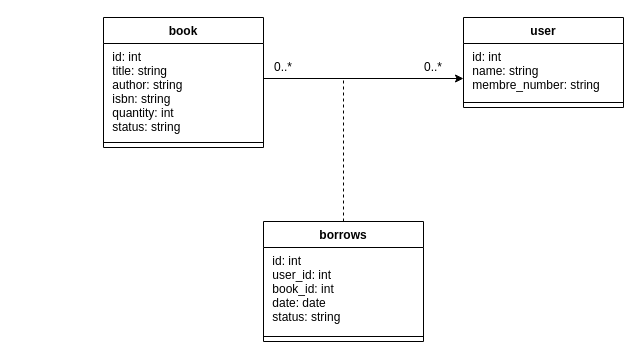
Before: uml/class_diagram.drawio in adnankhayrou/You-Biblio, a draw.io diagram. Source tidied: cells renumbered, new cells numbered last; positions are measured from the earlier drawing's top-left corner, leaving out a move shared by most shapes. Both pictures are drawn from the tidied source at 100%, with x=0, y=0 at pixel (103, 17).
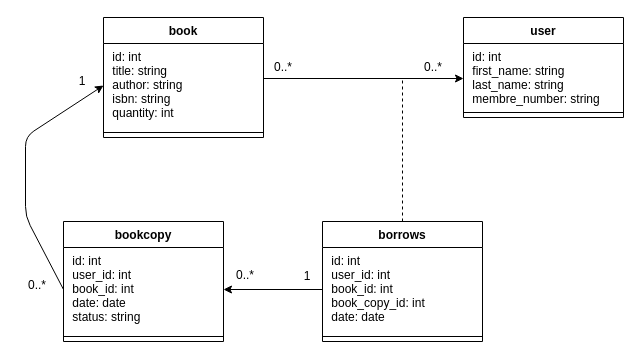
The same page after the edit.

Change to the diagram source:
```diff
@@
     <mxCell id="2" value="user" style="swimlane;fontStyle=1;align=center;verticalAlign=top;horizontal=1;startSize=26;" parent="1" vertex="1">
-      <mxGeometry x="360" width="160" height="90" as="geometry" />
+      <mxGeometry x="360" width="160" height="100" as="geometry" />
     </mxCell>
-    <mxCell id="3" value=" id: int&#10; name: string&#10; membre_number: string" style="text;strokeColor=none;fillColor=none;align=left;verticalAlign=top;spacingLeft=4;spacingRight=4;overflow=hidden;" parent="2" vertex="1">
-      <mxGeometry y="26" width="160" height="54" as="geometry" />
+    <mxCell id="3" value=" id: int&#10; first_name: string&#10; last_name: string&#10; membre_number: string" style="text;strokeColor=none;fillColor=none;align=left;verticalAlign=top;spacingLeft=4;spacingRight=4;overflow=hidden;" parent="2" vertex="1">
+      <mxGeometry y="26" width="160" height="64" as="geometry" />
     </mxCell>
     <mxCell id="4" style="line;strokeWidth=1;fillColor=none;align=left;verticalAlign=middle;spacingTop=-1;spacingLeft=3;spacingRight=3;labelPosition=right;" parent="2" vertex="1">
-      <mxGeometry y="80" width="160" height="10" as="geometry" />
+      <mxGeometry y="90" width="160" height="10" as="geometry" />
     </mxCell>
     <mxCell id="5" value="book" style="swimlane;fontStyle=1;align=center;verticalAlign=top;horizontal=1;startSize=26;" parent="1" vertex="1">
-      <mxGeometry width="160" height="130" as="geometry" />
+      <mxGeometry width="160" height="120" as="geometry" />
     </mxCell>
-    <mxCell id="6" value=" id: int&#10; title: string&#10; author: string&#10; isbn: string&#10; quantity: int&#10; status: string&#10;" style="text;align=left;verticalAlign=top;spacingLeft=4;spacingRight=4;overflow=hidden;points=[[0,0.5],[1,0.5]];portConstraint=eastwest;" parent="5" vertex="1">
-      <mxGeometry y="26" width="160" height="94" as="geometry" />
+    <mxCell id="6" value=" id: int&#10; title: string&#10; author: string&#10; isbn: string&#10; quantity: int" style="text;align=left;verticalAlign=top;spacingLeft=4;spacingRight=4;overflow=hidden;points=[[0,0.5],[1,0.5]];portConstraint=eastwest;" parent="5" vertex="1">
+      <mxGeometry y="26" width="160" height="84" as="geometry" />
     </mxCell>
     <mxCell id="7" style="line;strokeWidth=1;fillColor=none;align=left;verticalAlign=middle;spacingTop=-1;spacingLeft=3;spacingRight=3;labelPosition=right;" parent="5" vertex="1">
-      <mxGeometry y="120" width="160" height="10" as="geometry" />
+      <mxGeometry y="110" width="160" height="10" as="geometry" />
     </mxCell>
@@
     <mxCell id="11" value="borrows" style="swimlane;fontStyle=1;align=center;verticalAlign=top;horizontal=1;startSize=26;" parent="1" vertex="1">
-      <mxGeometry x="160" y="204" width="160" height="120" as="geometry" />
+      <mxGeometry x="219" y="204" width="160" height="120" as="geometry" />
     </mxCell>
-    <mxCell id="12" value=" id: int&#10; user_id: int&#10; book_id: int&#10; date: date&#10; status: string&#10;" style="text;align=left;verticalAlign=top;spacingLeft=4;spacingRight=4;overflow=hidden;points=[[0,0.5],[1,0.5]];portConstraint=eastwest;" parent="11" vertex="1">
+    <mxCell id="12" value=" id: int&#10; user_id: int&#10; book_id: int&#10; book_copy_id: int&#10; date: date&#10;" style="text;align=left;verticalAlign=top;spacingLeft=4;spacingRight=4;overflow=hidden;points=[[0,0.5],[1,0.5]];portConstraint=eastwest;" parent="11" vertex="1">
       <mxGeometry y="26" width="160" height="84" as="geometry" />
     </mxCell>
@@
     <mxCell id="14" style="endArrow=none;html=1;rounded=0;dashed=1;startArrow=none;exitX=0.5;exitY=0;exitDx=0;exitDy=0;" parent="1" edge="1" source="11">
       <mxGeometry relative="1" as="geometry">
-        <mxPoint x="240" y="60" as="targetPoint" />
+        <mxPoint x="299" y="60" as="targetPoint" />
       </mxGeometry>
     </mxCell>
+    <mxCell id="15" value="bookcopy" style="swimlane;fontStyle=1;align=center;verticalAlign=top;horizontal=1;startSize=26;" parent="1" vertex="1">
+      <mxGeometry x="-40" y="204" width="160" height="120" as="geometry" />
+    </mxCell>
+    <mxCell id="16" value=" id: int&#10; user_id: int&#10; book_id: int&#10; date: date&#10; status: string&#10;" style="text;align=left;verticalAlign=top;spacingLeft=4;spacingRight=4;overflow=hidden;points=[[0,0.5],[1,0.5]];portConstraint=eastwest;" parent="15" vertex="1">
+      <mxGeometry y="26" width="160" height="84" as="geometry" />
+    </mxCell>
+    <mxCell id="17" style="line;strokeWidth=1;fillColor=none;align=left;verticalAlign=middle;spacingTop=-1;spacingLeft=3;spacingRight=3;labelPosition=right;" parent="15" vertex="1">
+      <mxGeometry y="110" width="160" height="10" as="geometry" />
+    </mxCell>
+    <mxCell id="18" style="edgeStyle=none;html=1;exitX=0;exitY=0.5;exitDx=0;exitDy=0;entryX=0;entryY=0.5;entryDx=0;entryDy=0;" parent="1" edge="1" source="16" target="6">
+      <mxGeometry relative="1" as="geometry">
+        <Array as="points">
+          <mxPoint x="-78" y="199" />
+          <mxPoint x="-78" y="119" />
+        </Array>
+      </mxGeometry>
+    </mxCell>
+    <mxCell id="19" style="edgeStyle=none;html=1;exitX=0;exitY=0.5;exitDx=0;exitDy=0;entryX=1;entryY=0.5;entryDx=0;entryDy=0;" parent="1" edge="1" source="12" target="16">
+      <mxGeometry relative="1" as="geometry" />
+    </mxCell>
+    <mxCell id="20" value="0..*" style="text;html=1;strokeColor=none;fillColor=none;align=center;verticalAlign=middle;whiteSpace=wrap;rounded=0;" parent="1" vertex="1">
+      <mxGeometry x="122" y="248" width="40" height="20" as="geometry" />
+    </mxCell>
+    <mxCell id="21" value="1" style="text;html=1;strokeColor=none;fillColor=none;align=center;verticalAlign=middle;whiteSpace=wrap;rounded=0;" parent="1" vertex="1">
+      <mxGeometry x="184" y="249" width="40" height="20" as="geometry" />
+    </mxCell>
+    <mxCell id="22" value="1" style="text;html=1;strokeColor=none;fillColor=none;align=center;verticalAlign=middle;whiteSpace=wrap;rounded=0;" parent="1" vertex="1">
+      <mxGeometry x="-41" y="54" width="40" height="20" as="geometry" />
+    </mxCell>
+    <mxCell id="23" value="0..*" style="text;html=1;strokeColor=none;fillColor=none;align=center;verticalAlign=middle;whiteSpace=wrap;rounded=0;" parent="1" vertex="1">
+      <mxGeometry x="-86" y="258" width="40" height="20" as="geometry" />
+    </mxCell>
```
